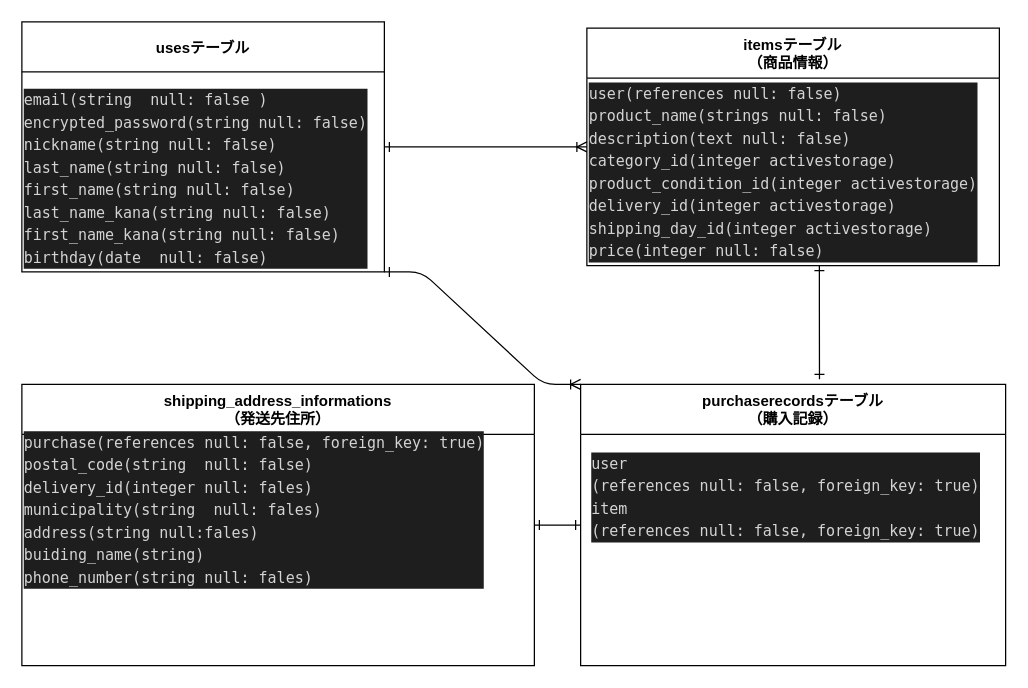
Earlier version of the draw.io diagram furima.dio (kasatoshi/furima-36066). Source tidied: cells renumbered, new cells numbered last; positions are measured from the earlier drawing's top-left corner, leaving out a move shared by most shapes. Both pictures are drawn from the tidied source at 125%, with x=0, y=0 at pixel (21, 21).
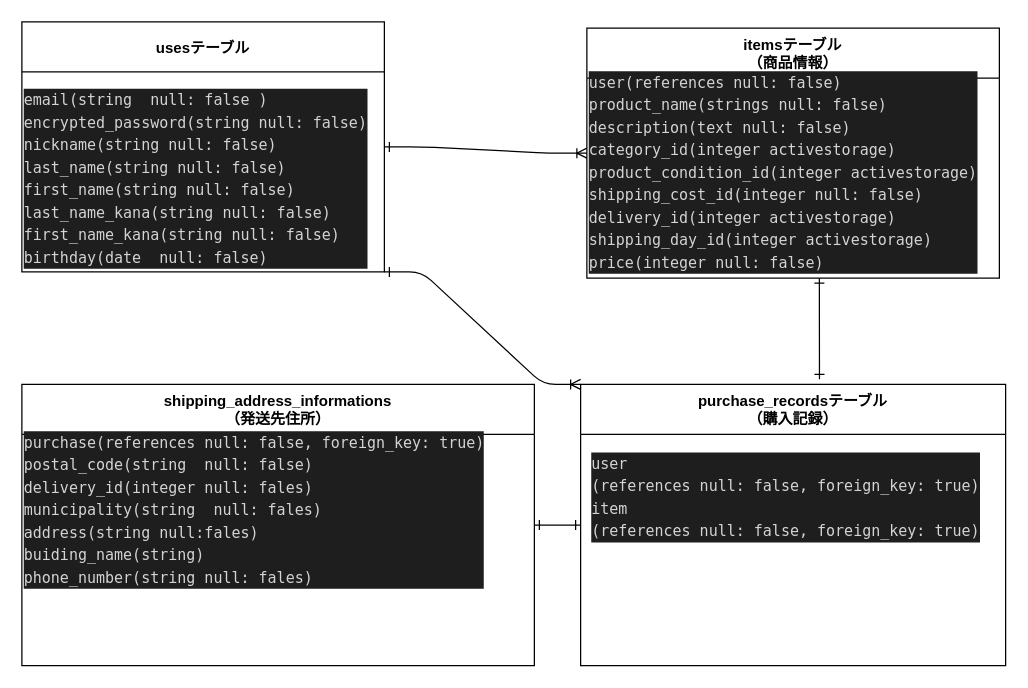
Above is the later version.

What changed in the source:
```diff
@@
 <mxGraphModel>
   <root>
     <mxCell id="0" />
     <mxCell id="1" parent="0" />
     <mxCell id="2" value="usesテーブル" style="swimlane;rounded=0;sketch=0;startSize=40;" parent="1" vertex="1">
       <mxGeometry width="290" height="200" as="geometry" />
     </mxCell>
     <mxCell id="3" value="&lt;div style=&quot;color: rgb(212 , 212 , 212) ; background-color: rgb(30 , 30 , 30) ; font-family: &amp;#34;menlo&amp;#34; , &amp;#34;monaco&amp;#34; , &amp;#34;courier new&amp;#34; , monospace ; line-height: 18px&quot;&gt;&lt;div&gt;email(string&amp;nbsp; null: false )&lt;/div&gt;&lt;div&gt;encrypted_password(string null: false)&lt;/div&gt;&lt;div&gt;nickname(string null: false)&lt;/div&gt;&lt;div&gt;last_name(string null: false)&lt;/div&gt;&lt;div&gt;first_name(string null: false)&lt;/div&gt;&lt;div&gt;last_name_kana(string null: false)&lt;/div&gt;&lt;div&gt;first_name_kana(string null: false)&lt;/div&gt;&lt;div&gt;birthday(date&amp;nbsp; null: false)&lt;/div&gt;&lt;/div&gt;" style="text;html=1;align=left;verticalAlign=middle;strokeColor=none;" parent="2" vertex="1">
       <mxGeometry y="50" width="290" height="150" as="geometry" />
     </mxCell>
     <mxCell id="4" style="edgeStyle=orthogonalEdgeStyle;rounded=0;sketch=0;jettySize=auto;html=1;startArrow=ERone;startFill=0;endArrow=ERone;endFill=0;entryX=0.562;entryY=-0.018;entryDx=0;entryDy=0;entryPerimeter=0;" parent="1" edge="1" source="5" target="8">
       <mxGeometry relative="1" as="geometry">
         <Array as="points">
           <mxPoint x="638" y="230" />
           <mxPoint x="638" y="230" />
         </Array>
       </mxGeometry>
     </mxCell>
     <mxCell id="5" value="itemsテーブル&#10;（商品情報）" style="swimlane;rounded=0;sketch=0;startSize=40;" parent="1" vertex="1">
-      <mxGeometry x="452" y="5" width="330" height="190" as="geometry" />
+      <mxGeometry x="452" y="5" width="330" height="200" as="geometry" />
     </mxCell>
-    <mxCell id="6" value="&lt;div style=&quot;color: rgb(212 , 212 , 212) ; background-color: rgb(30 , 30 , 30) ; font-family: &amp;#34;menlo&amp;#34; , &amp;#34;monaco&amp;#34; , &amp;#34;courier new&amp;#34; , monospace ; line-height: 18px&quot;&gt;&lt;div&gt;user(references null: false)&lt;/div&gt;&lt;div&gt;product_name(strings null: false)&lt;/div&gt;&lt;div&gt;description(text null: false)&lt;/div&gt;&lt;div&gt;category_id(integer activestorage)&lt;/div&gt;&lt;div&gt;product_condition_id(integer activestorage)&lt;/div&gt;&lt;div&gt;delivery_id(integer activestorage)&lt;/div&gt;&lt;div&gt;shipping_day_id(integer activestorage)&lt;/div&gt;&lt;div&gt;price(integer null: false)&lt;/div&gt;&lt;/div&gt;" style="text;html=1;align=left;verticalAlign=middle;strokeColor=none;" parent="5" vertex="1">
-      <mxGeometry y="40" width="330" height="150" as="geometry" />
+    <mxCell id="6" value="&lt;div style=&quot;color: rgb(212 , 212 , 212) ; background-color: rgb(30 , 30 , 30) ; font-family: &amp;#34;menlo&amp;#34; , &amp;#34;monaco&amp;#34; , &amp;#34;courier new&amp;#34; , monospace ; line-height: 18px&quot;&gt;&lt;div&gt;user(references null: false)&lt;/div&gt;&lt;div&gt;product_name(strings null: false)&lt;/div&gt;&lt;div&gt;description(text null: false)&lt;/div&gt;&lt;div&gt;category_id(integer activestorage)&lt;/div&gt;&lt;div&gt;product_condition_id(integer activestorage)&lt;/div&gt;&lt;div&gt;&lt;div style=&quot;font-family: &amp;#34;menlo&amp;#34; , &amp;#34;monaco&amp;#34; , &amp;#34;courier new&amp;#34; , monospace ; line-height: 18px&quot;&gt;&lt;div&gt;shipping_cost_id(integer null: false)&lt;/div&gt;&lt;div&gt;&lt;/div&gt;&lt;/div&gt;&lt;/div&gt;&lt;div&gt;delivery_id(integer activestorage)&lt;/div&gt;&lt;div&gt;shipping_day_id(integer activestorage)&lt;/div&gt;&lt;div&gt;price(integer null: false)&lt;/div&gt;&lt;/div&gt;" style="text;html=1;align=left;verticalAlign=middle;strokeColor=none;" parent="5" vertex="1">
+      <mxGeometry y="30" width="330" height="170" as="geometry" />
     </mxCell>
     <mxCell id="7" style="edgeStyle=orthogonalEdgeStyle;curved=0;rounded=1;sketch=0;jettySize=auto;html=1;entryX=1;entryY=0.5;entryDx=0;entryDy=0;startArrow=ERone;startFill=0;endArrow=ERone;endFill=0;" parent="1" edge="1" source="8" target="10">
       <mxGeometry relative="1" as="geometry" />
     </mxCell>
-    <mxCell id="8" value="purchaserecordsテーブル&#10;（購入記録）" style="swimlane;rounded=0;sketch=0;startSize=40;" parent="1" vertex="1">
+    <mxCell id="8" value="purchase_recordsテーブル&#10;（購入記録）" style="swimlane;rounded=0;sketch=0;startSize=40;" parent="1" vertex="1">
       <mxGeometry x="447" y="290" width="340" height="225" as="geometry" />
     </mxCell>
     <mxCell id="9" value="&lt;div style=&quot;color: rgb(212 , 212 , 212) ; background-color: rgb(30 , 30 , 30) ; font-family: &amp;#34;menlo&amp;#34; , &amp;#34;monaco&amp;#34; , &amp;#34;courier new&amp;#34; , monospace ; line-height: 18px&quot;&gt;&lt;div&gt;user&lt;/div&gt;&lt;div&gt;(references null: false, foreign_key: true)&lt;/div&gt;&lt;div&gt;item&lt;/div&gt;&lt;div&gt;(references null: false, foreign_key: true)&lt;/div&gt;&lt;/div&gt;" style="text;html=1;align=left;verticalAlign=middle;strokeColor=none;" parent="8" vertex="1">
       <mxGeometry x="7" y="50" width="330" height="80" as="geometry" />
     </mxCell>
     <mxCell id="10" value="shipping_address_informations&#10;（発送先住所）" style="swimlane;rounded=0;sketch=0;startSize=40;" parent="1" vertex="1">
       <mxGeometry y="290" width="410" height="225" as="geometry" />
     </mxCell>
     <mxCell id="11" value="&lt;div style=&quot;background-color: rgb(30 , 30 , 30) ; line-height: 18px&quot;&gt;&lt;div style=&quot;color: rgb(212 , 212 , 212) ; font-family: &amp;#34;menlo&amp;#34; , &amp;#34;monaco&amp;#34; , &amp;#34;courier new&amp;#34; , monospace&quot;&gt;purchase(references null: false, foreign_key: true)&lt;/div&gt;&lt;div style=&quot;color: rgb(212 , 212 , 212) ; font-family: &amp;#34;menlo&amp;#34; , &amp;#34;monaco&amp;#34; , &amp;#34;courier new&amp;#34; , monospace&quot;&gt;postal_code(string&amp;nbsp; null: false)&lt;/div&gt;&lt;div style=&quot;color: rgb(212 , 212 , 212) ; font-family: &amp;#34;menlo&amp;#34; , &amp;#34;monaco&amp;#34; , &amp;#34;courier new&amp;#34; , monospace&quot;&gt;delivery_id(integer null: fales)&lt;/div&gt;&lt;div style=&quot;color: rgb(212 , 212 , 212) ; font-family: &amp;#34;menlo&amp;#34; , &amp;#34;monaco&amp;#34; , &amp;#34;courier new&amp;#34; , monospace&quot;&gt;municipality(string&amp;nbsp; null: fales)&lt;/div&gt;&lt;div style=&quot;color: rgb(212 , 212 , 212) ; font-family: &amp;#34;menlo&amp;#34; , &amp;#34;monaco&amp;#34; , &amp;#34;courier new&amp;#34; , monospace&quot;&gt;address(string null:fales)&lt;/div&gt;&lt;div style=&quot;color: rgb(212 , 212 , 212) ; font-family: &amp;#34;menlo&amp;#34; , &amp;#34;monaco&amp;#34; , &amp;#34;courier new&amp;#34; , monospace&quot;&gt;buiding_name(string)&lt;/div&gt;&lt;div style=&quot;color: rgb(212 , 212 , 212) ; font-family: &amp;#34;menlo&amp;#34; , &amp;#34;monaco&amp;#34; , &amp;#34;courier new&amp;#34; , monospace&quot;&gt;phone_number(string null: fales)&lt;/div&gt;&lt;/div&gt;" style="text;html=1;align=left;verticalAlign=middle;strokeColor=none;" parent="10" vertex="1">
       <mxGeometry y="35" width="380" height="130" as="geometry" />
     </mxCell>
     <mxCell id="12" style="edgeStyle=entityRelationEdgeStyle;fontSize=12;html=1;endArrow=ERoneToMany;exitX=1;exitY=0.5;exitDx=0;exitDy=0;startArrow=ERone;startFill=0;entryX=0;entryY=0.5;entryDx=0;entryDy=0;" parent="1" edge="1" source="2" target="5">
       <mxGeometry relative="1" as="geometry" />
     </mxCell>
     <mxCell id="13" style="edgeStyle=entityRelationEdgeStyle;fontSize=12;html=1;endArrow=ERoneToMany;startArrow=ERone;exitX=1;exitY=1;exitDx=0;exitDy=0;entryX=0;entryY=0;entryDx=0;entryDy=0;startFill=0;" parent="1" edge="1" source="2" target="8">
       <mxGeometry relative="1" as="geometry" />
     </mxCell>
   </root>
 </mxGraphModel>
```
